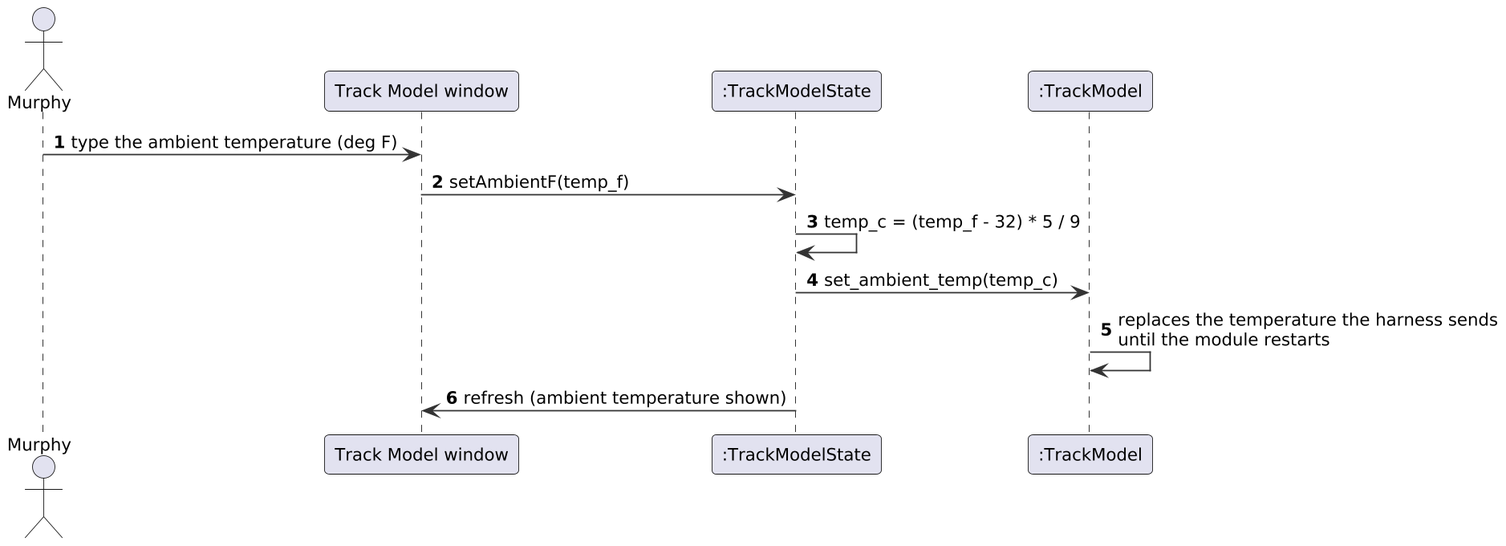
Landiss04/Track-Overflow keeps this PlantUML diagram as documents/uml/track_model/sd12_temperature.png. Above is the earlier version.
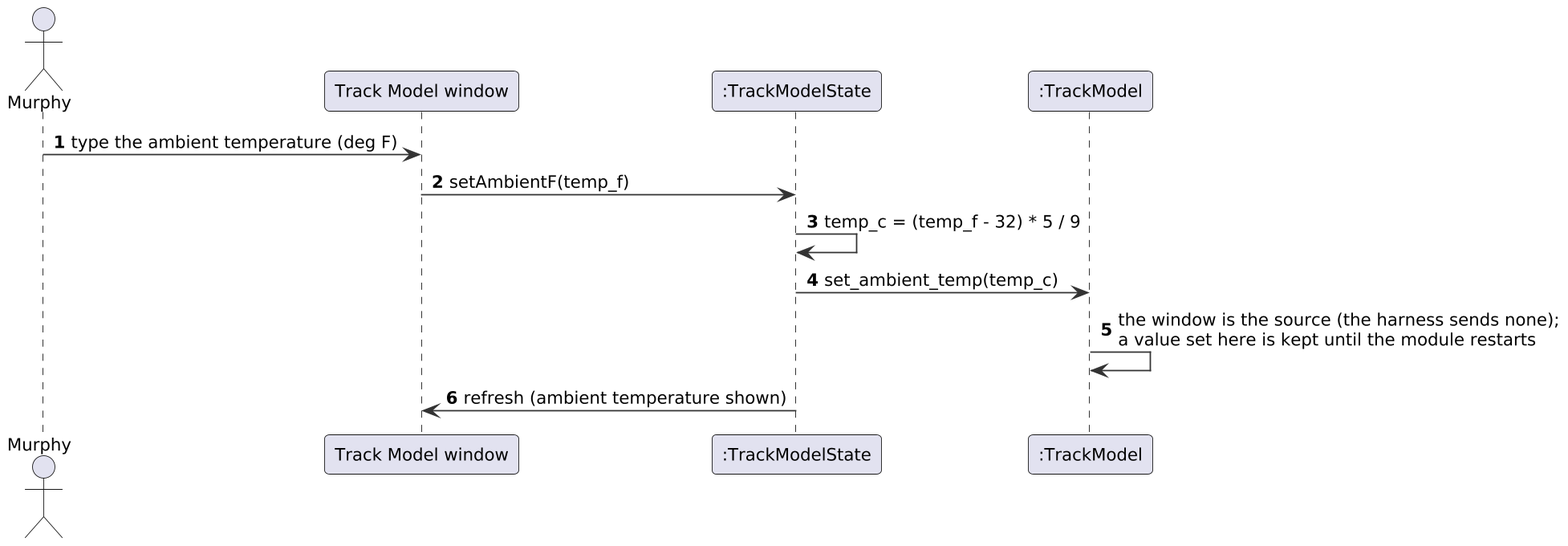
After the change.

Diff of the diagram source:
```diff
@@ -17,6 +17,6 @@
 W -> S : setAmbientF(temp_f)
 S -> S : temp_c = (temp_f - 32) * 5 / 9
 S -> TM : set_ambient_temp(temp_c)
-TM -> TM : replaces the temperature the harness sends\nuntil the module restarts
+TM -> TM : the window is the source (the harness sends none);\na value set here is kept until the module restarts
 S -> W : refresh (ambient temperature shown)
 @enduml
```
